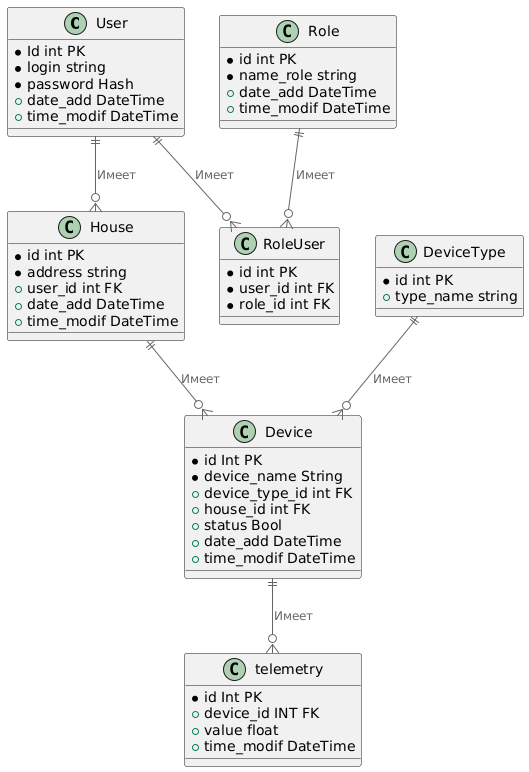
Above: diagrams/er-diagram.png in HichDX/architecture-sprint-3 (PlantUML), before the change. Its source is kept beside it as diagrams/er-diagram.puml.
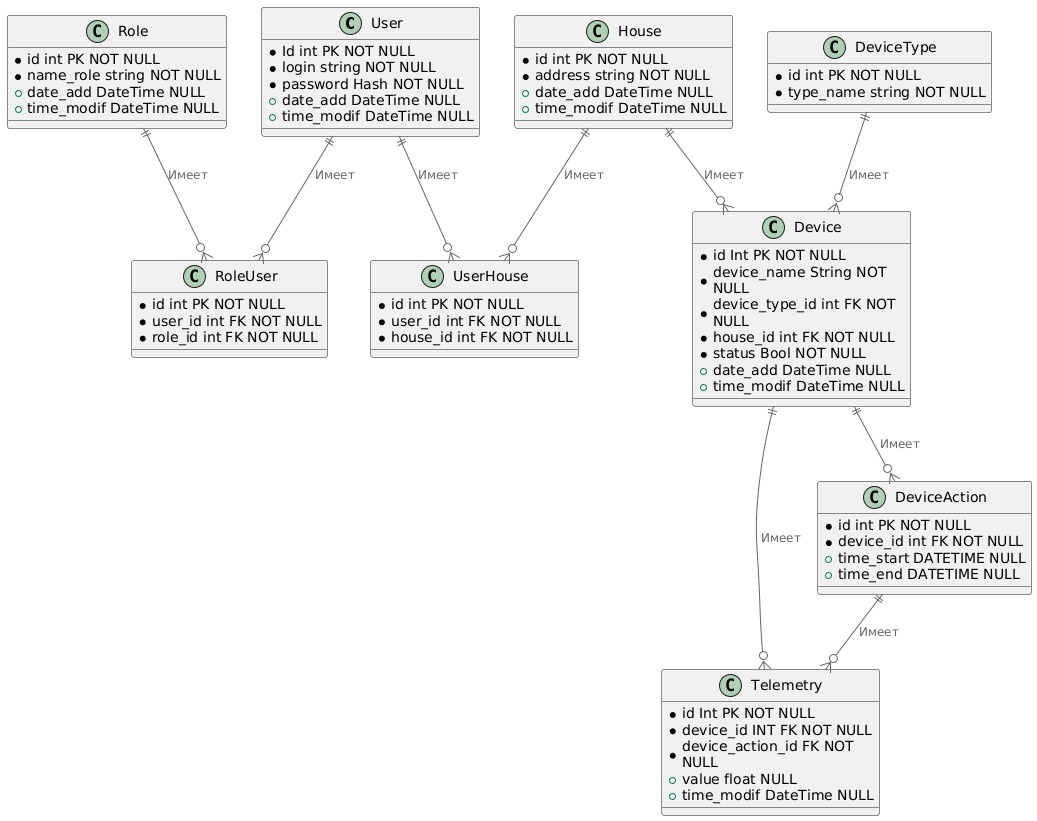
The same diagram one commit later.

What changed in the source:
```diff
@@ -3,62 +3,79 @@
 
 
 class User{
-    * Id int PK
-    * login string
-    * password Hash
-    + date_add DateTime
-    + time_modif DateTime
+    * Id int PK NOT NULL
+    * login string NOT NULL
+    * password Hash NOT NULL
+    + date_add DateTime NULL
+    + time_modif DateTime NULL
 }
 
 class Role{
-   * id int PK
-   * name_role string
-     + date_add DateTime
-     + time_modif DateTime
+   * id int PK NOT NULL
+   * name_role string NOT NULL
+     + date_add DateTime NULL
+     + time_modif DateTime NULL
 }
 
 class RoleUser{
-   * id int PK
-   * user_id int FK
-   * role_id int FK
+   * id int PK NOT NULL
+   * user_id int FK NOT NULL
+   * role_id int FK NOT NULL
 }
 
 
 class House{
-    * id int PK
-    * address string
-    + user_id int FK
-    + date_add DateTime
-    + time_modif DateTime
+    * id int PK NOT NULL
+    * address string NOT NULL
+    + date_add DateTime NULL
+    + time_modif DateTime NULL
+}
+
+class UserHouse{
+    * id int PK NOT NULL
+    * user_id int FK NOT NULL
+    * house_id int FK NOT NULL
 }
 
 
 class Device{
-    * id Int PK
-    * device_name String
-    + device_type_id int FK
-    + house_id int FK
-    + status Bool
-    + date_add DateTime
-    + time_modif DateTime
+    * id Int PK NOT NULL
+    * device_name String NOT NULL
+    * device_type_id int FK NOT NULL
+    * house_id int FK NOT NULL
+    * status Bool NOT NULL
+    + date_add DateTime NULL
+    + time_modif DateTime NULL
 }
 
-class telemetry{
-    * id Int PK
-    + device_id INT FK
-    + value float
-    + time_modif DateTime
+class Telemetry{
+    * id Int PK NOT NULL
+    * device_id INT FK NOT NULL
+    * device_action_id FK NOT NULL
+    + value float NULL
+    + time_modif DateTime NULL
 }
 
 class DeviceType{
-    * id int PK
-    + type_name string
+    * id int PK NOT NULL
+    * type_name string NOT NULL
 }
 
-User ||--o{ House : "Имеет"
+class DeviceAction {
+     * id int PK NOT NULL
+     * device_id int FK NOT NULL
+     + time_start DATETIME NULL
+     + time_end DATETIME NULL
+}
+
+User ||--o{ UserHouse : "Имеет"
+House  ||--o{ UserHouse : "Имеет"
 Role ||--o{ RoleUser: "Имеет"
 User ||--o{ RoleUser: "Имеет"
 House||--o{ Device: "Имеет"
 DeviceType ||--o{ Device: "Имеет"
-Device||--o{ telemetry: "Имеет"
+Device||--o{ Telemetry: "Имеет"
+Device||--o{ DeviceAction : "Имеет"
+DeviceAction ||--o{ Telemetry: "Имеет"
+
 @enduml
```
